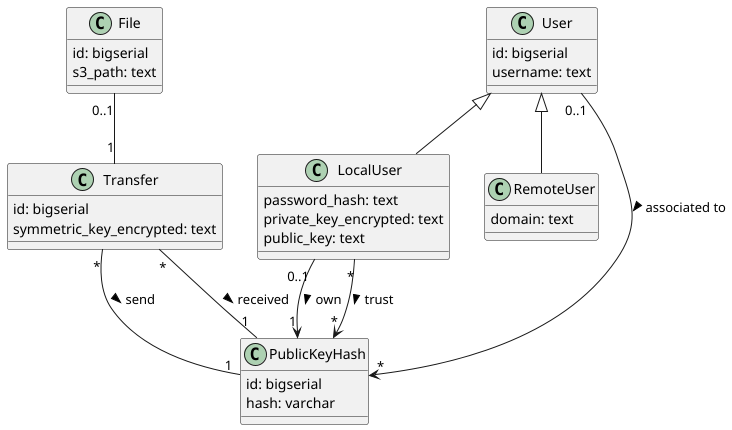
This is documents/umls/dist/database_schema.png from BananaTransfer/BananaTransfer, a PlantUML export, as it was before one commit. The source it was exported from:
```plantuml
@startuml

class User {
    id: bigserial
    username: text
}

class LocalUser {
    password_hash: text
    private_key_encrypted: text
    public_key: text
}

class RemoteUser {
    domain: text
}

class PublicKeyHash {
    id: bigserial
    hash: varchar
}

class Transfer {
    id: bigserial
    symmetric_key_encrypted: text
}

class File {
    id: bigserial
    s3_path: text
}


LocalUser -up-|> User
RemoteUser -up-|> User

LocalUser "0..1" --> "1" PublicKeyHash: own >

User "0..1" --> "*" PublicKeyHash: associated to >

LocalUser "*" --> "*" PublicKeyHash: trust >

Transfer "*" -- "1" PublicKeyHash: send >
Transfer "*" -- "1" PublicKeyHash: received >

Transfer "1" -up- "0..1" File

@enduml
```
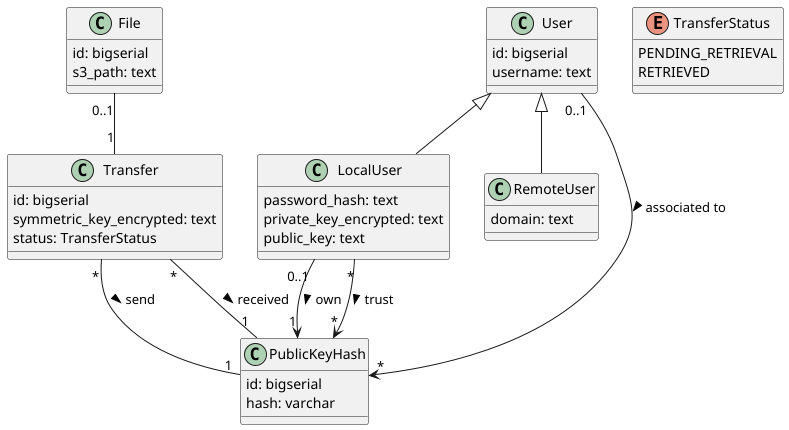
The same diagram one commit later.

Commit message:
feat: improve database schema to better reflect the various situations

Change to the diagram source:
```diff
@@ -1,4 +1,9 @@
 @startuml
+
+enum TransferStatus {
+    PENDING_RETRIEVAL
+    RETRIEVED
+}
 
 class User {
     id: bigserial
@@ -23,13 +28,13 @@
 class Transfer {
     id: bigserial
     symmetric_key_encrypted: text
+    status: TransferStatus
 }
 
 class File {
     id: bigserial
     s3_path: text
 }
-
 
 LocalUser -up-|> User
 RemoteUser -up-|> User
@@ -41,6 +46,7 @@
 LocalUser "*" --> "*" PublicKeyHash: trust >
 
 Transfer "*" -- "1" PublicKeyHash: send >
+
 Transfer "*" -- "1" PublicKeyHash: received >
 
 Transfer "1" -up- "0..1" File
```
